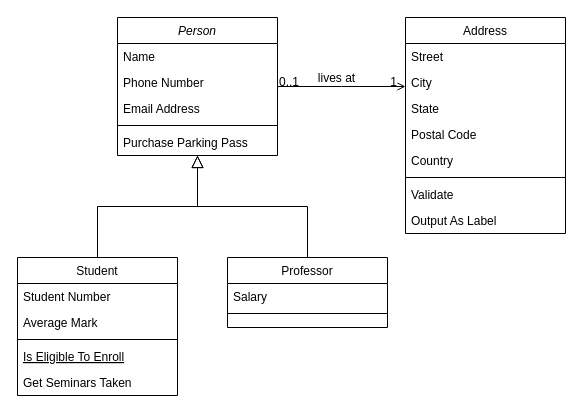
Before: 未命名绘图.drawio in helen-xh/qt-installer-firmware, a draw.io diagram. Source tidied: cells renumbered, new cells numbered last; positions are measured from the earlier drawing's top-left corner, leaving out a move shared by most shapes. Both pictures are drawn from the tidied source at 100%, with x=0, y=0 at pixel (17, 17).
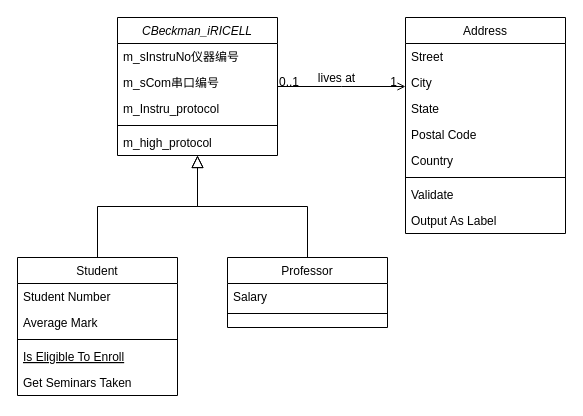
Above is the later version.

What changed in the source:
```diff
@@
-    <mxCell id="2" value="Person" style="swimlane;fontStyle=2;align=center;verticalAlign=top;horizontal=1;startSize=26;rounded=0;shadow=0;strokeWidth=1;" parent="1" vertex="1">
+    <mxCell id="2" value="CBeckman_iRICELL" style="swimlane;fontStyle=2;align=center;verticalAlign=top;horizontal=1;startSize=26;rounded=0;shadow=0;strokeWidth=1;" parent="1" vertex="1">
       <mxGeometry x="100" width="160" height="138" as="geometry" />
     </mxCell>
-    <mxCell id="3" value="Name" style="text;align=left;verticalAlign=top;spacingLeft=4;spacingRight=4;overflow=hidden;" parent="2" vertex="1">
+    <mxCell id="3" value="m_sInstruNo仪器编号" style="text;align=left;verticalAlign=top;spacingLeft=4;spacingRight=4;overflow=hidden;" parent="2" vertex="1">
       <mxGeometry y="26" width="160" height="26" as="geometry" />
     </mxCell>
-    <mxCell id="4" value="Phone Number" style="text;align=left;verticalAlign=top;spacingLeft=4;spacingRight=4;overflow=hidden;rounded=0;shadow=0;html=0;" parent="2" vertex="1">
+    <mxCell id="4" value="m_sCom串口编号" style="text;align=left;verticalAlign=top;spacingLeft=4;spacingRight=4;overflow=hidden;rounded=0;shadow=0;html=0;" parent="2" vertex="1">
       <mxGeometry y="52" width="160" height="26" as="geometry" />
     </mxCell>
-    <mxCell id="5" value="Email Address" style="text;align=left;verticalAlign=top;spacingLeft=4;spacingRight=4;overflow=hidden;rounded=0;shadow=0;html=0;" parent="2" vertex="1">
+    <mxCell id="5" value="m_Instru_protocol" style="text;align=left;verticalAlign=top;spacingLeft=4;spacingRight=4;overflow=hidden;rounded=0;shadow=0;html=0;" parent="2" vertex="1">
       <mxGeometry y="78" width="160" height="26" as="geometry" />
     </mxCell>
@@
-    <mxCell id="7" value="Purchase Parking Pass" style="text;align=left;verticalAlign=top;spacingLeft=4;spacingRight=4;overflow=hidden;" parent="2" vertex="1">
+    <mxCell id="7" value="m_high_protocol" style="text;align=left;verticalAlign=top;spacingLeft=4;spacingRight=4;overflow=hidden;" parent="2" vertex="1">
       <mxGeometry y="112" width="160" height="26" as="geometry" />
     </mxCell>
```
